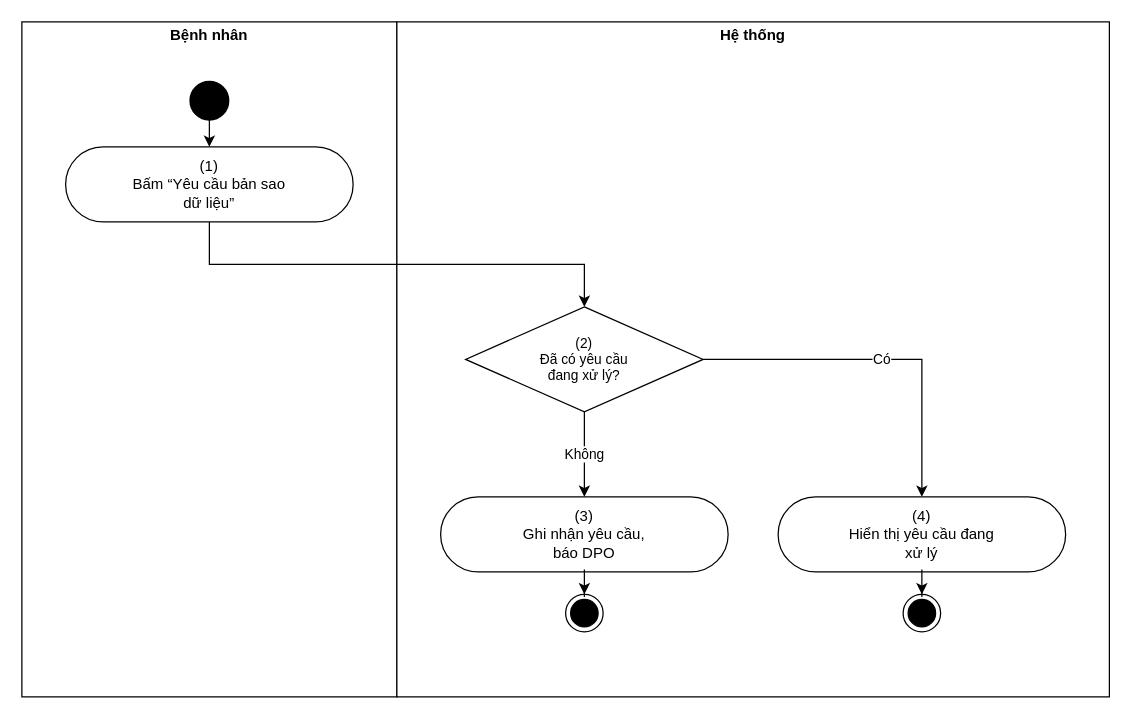
The draw.io diagram page "UC 40 Request a personal data export" (3 of 12) of docs/02-requirements/srs/dist/diagrams/10-activity-privacy-admin.drawio in viethung12062005/smart-hospital-platform, before the edit. Source tidied: cells renumbered, new cells numbered last; positions are measured from the earlier drawing's top-left corner, leaving out a move shared by most shapes. Both pictures are drawn from the tidied source at 125%, with x=0, y=0 at pixel (21, 21).
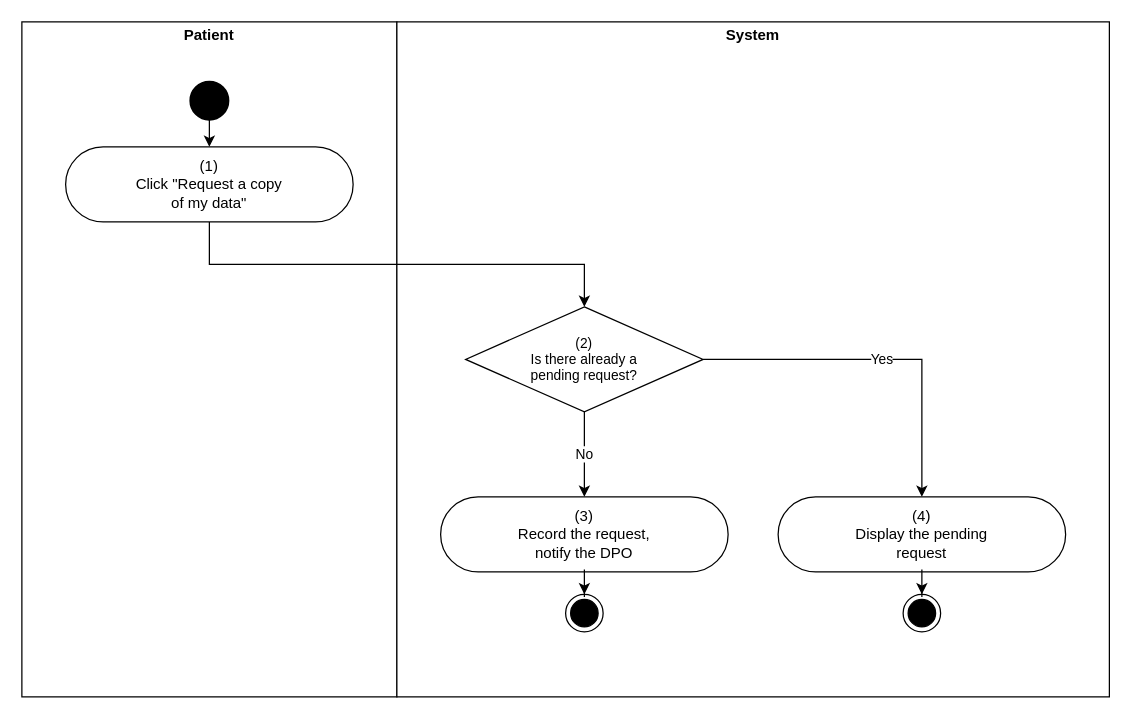
The same page after the edit.

What changed in the source:
```diff
@@
 <mxGraphModel>
   <root>
     <mxCell id="0" />
     <mxCell id="1" parent="0" />
-    <mxCell id="2" value="&lt;p style=&quot;margin:0px;margin-top:4px;text-align:center&quot;&gt;&lt;b&gt;Bệnh nhân&lt;/b&gt;&lt;/p&gt;" style="verticalAlign=top;align=left;overflow=fill;fontSize=12;fontFamily=Helvetica;html=1;rounded=0;shadow=0;strokeColor=#000000;gradientColor=none;whiteSpace=wrap;" parent="1" vertex="1">
+    <mxCell id="2" value="&lt;p style=&quot;margin:0px;margin-top:4px;text-align:center&quot;&gt;&lt;b&gt;Patient&lt;/b&gt;&lt;/p&gt;" style="verticalAlign=top;align=left;overflow=fill;fontSize=12;fontFamily=Helvetica;html=1;rounded=0;shadow=0;strokeColor=#000000;gradientColor=none;whiteSpace=wrap;" parent="1" vertex="1">
       <mxGeometry width="300" height="540" as="geometry" />
     </mxCell>
-    <mxCell id="3" value="&lt;p style=&quot;margin:0px;margin-top:4px;text-align:center&quot;&gt;&lt;b&gt;Hệ thống&lt;/b&gt;&lt;/p&gt;" style="verticalAlign=top;align=left;overflow=fill;fontSize=12;fontFamily=Helvetica;html=1;rounded=0;shadow=0;strokeColor=#000000;gradientColor=none;whiteSpace=wrap;" parent="1" vertex="1">
+    <mxCell id="3" value="&lt;p style=&quot;margin:0px;margin-top:4px;text-align:center&quot;&gt;&lt;b&gt;System&lt;/b&gt;&lt;/p&gt;" style="verticalAlign=top;align=left;overflow=fill;fontSize=12;fontFamily=Helvetica;html=1;rounded=0;shadow=0;strokeColor=#000000;gradientColor=none;whiteSpace=wrap;" parent="1" vertex="1">
       <mxGeometry x="300" width="570" height="540" as="geometry" />
     </mxCell>
-    <mxCell id="4" value="(1)&lt;br&gt;Bấm “Yêu cầu bản sao&lt;br&gt;dữ liệu”" style="html=1;dashed=0;whitespace=wrap;shape=mxgraph.dfd.start;rounded=0;shadow=0;strokeColor=#000000;gradientColor=none;whiteSpace=wrap;fontSize=12;" parent="1" vertex="1">
+    <mxCell id="4" value="(1)&lt;br&gt;Click &amp;quot;Request a copy&lt;br&gt;of my data&amp;quot;" style="html=1;dashed=0;whitespace=wrap;shape=mxgraph.dfd.start;rounded=0;shadow=0;strokeColor=#000000;gradientColor=none;whiteSpace=wrap;fontSize=12;" parent="1" vertex="1">
       <mxGeometry x="35" y="100" width="230" height="60" as="geometry" />
     </mxCell>
-    <mxCell id="5" value="(2)&lt;br&gt;Đã có yêu cầu&lt;br&gt;đang xử lý?" style="rhombus;html=1;whiteSpace=wrap;strokeColor=#000000;fontSize=11;" parent="1" vertex="1">
+    <mxCell id="5" value="(2)&lt;br&gt;Is there already a&lt;br&gt;pending request?" style="rhombus;html=1;whiteSpace=wrap;strokeColor=#000000;fontSize=11;" parent="1" vertex="1">
       <mxGeometry x="355" y="228" width="190" height="84" as="geometry" />
     </mxCell>
-    <mxCell id="6" value="(3)&lt;br&gt;Ghi nhận yêu cầu,&lt;br&gt;báo DPO" style="html=1;dashed=0;whitespace=wrap;shape=mxgraph.dfd.start;rounded=0;shadow=0;strokeColor=#000000;gradientColor=none;whiteSpace=wrap;fontSize=12;" parent="1" vertex="1">
+    <mxCell id="6" value="(3)&lt;br&gt;Record the request,&lt;br&gt;notify the DPO" style="html=1;dashed=0;whitespace=wrap;shape=mxgraph.dfd.start;rounded=0;shadow=0;strokeColor=#000000;gradientColor=none;whiteSpace=wrap;fontSize=12;" parent="1" vertex="1">
       <mxGeometry x="335" y="380" width="230" height="60" as="geometry" />
     </mxCell>
-    <mxCell id="7" value="(4)&lt;br&gt;Hiển thị yêu cầu đang&lt;br&gt;xử lý" style="html=1;dashed=0;whitespace=wrap;shape=mxgraph.dfd.start;rounded=0;shadow=0;strokeColor=#000000;gradientColor=none;whiteSpace=wrap;fontSize=12;" parent="1" vertex="1">
+    <mxCell id="7" value="(4)&lt;br&gt;Display the pending&lt;br&gt;request" style="html=1;dashed=0;whitespace=wrap;shape=mxgraph.dfd.start;rounded=0;shadow=0;strokeColor=#000000;gradientColor=none;whiteSpace=wrap;fontSize=12;" parent="1" vertex="1">
       <mxGeometry x="605" y="380" width="230" height="60" as="geometry" />
     </mxCell>
     <mxCell id="8" style="strokeWidth=2;html=1;shape=mxgraph.flowchart.start_2;whiteSpace=wrap;rounded=0;shadow=0;gradientColor=none;fillColor=#000000;" parent="1" vertex="1">
       <mxGeometry x="135" y="48" width="30" height="30" as="geometry" />
     </mxCell>
     <mxCell id="9" style="edgeStyle=orthogonalEdgeStyle;rounded=0;jettySize=auto;html=1;" parent="1" edge="1" source="8" target="4">
       <mxGeometry relative="1" as="geometry" />
     </mxCell>
     <mxCell id="10" style="edgeStyle=orthogonalEdgeStyle;rounded=0;jettySize=auto;html=1;exitX=0.5;exitY=1;exitDx=0;exitDy=0;entryX=0.5;entryY=0;entryDx=0;entryDy=0;" parent="1" edge="1" source="4" target="5">
       <mxGeometry relative="1" as="geometry" />
     </mxCell>
-    <mxCell id="11" value="Không" style="edgeStyle=orthogonalEdgeStyle;rounded=0;jettySize=auto;html=1;exitX=0.5;exitY=1;exitDx=0;exitDy=0;entryX=0.5;entryY=0;entryDx=0;entryDy=0;" parent="1" edge="1" source="5" target="6">
+    <mxCell id="11" value="No" style="edgeStyle=orthogonalEdgeStyle;rounded=0;jettySize=auto;html=1;exitX=0.5;exitY=1;exitDx=0;exitDy=0;entryX=0.5;entryY=0;entryDx=0;entryDy=0;" parent="1" edge="1" source="5" target="6">
       <mxGeometry relative="1" as="geometry" />
     </mxCell>
-    <mxCell id="12" value="Có" style="edgeStyle=orthogonalEdgeStyle;rounded=0;jettySize=auto;html=1;exitX=1;exitY=0.5;exitDx=0;exitDy=0;entryX=0.5;entryY=0;entryDx=0;entryDy=0;" parent="1" edge="1" source="5" target="7">
+    <mxCell id="12" value="Yes" style="edgeStyle=orthogonalEdgeStyle;rounded=0;jettySize=auto;html=1;exitX=1;exitY=0.5;exitDx=0;exitDy=0;entryX=0.5;entryY=0;entryDx=0;entryDy=0;" parent="1" edge="1" source="5" target="7">
       <mxGeometry relative="1" as="geometry" />
     </mxCell>
     <mxCell id="13" style="ellipse;html=1;shape=endState;fillColor=#000000;rounded=0;shadow=0;whiteSpace=wrap;" parent="1" vertex="1">
       <mxGeometry x="435" y="458" width="30" height="30" as="geometry" />
     </mxCell>
     <mxCell id="14" style="edgeStyle=orthogonalEdgeStyle;rounded=0;jettySize=auto;html=1;" parent="1" edge="1" source="6" target="13">
       <mxGeometry relative="1" as="geometry" />
     </mxCell>
     <mxCell id="15" style="ellipse;html=1;shape=endState;fillColor=#000000;rounded=0;shadow=0;whiteSpace=wrap;" parent="1" vertex="1">
       <mxGeometry x="705" y="458" width="30" height="30" as="geometry" />
     </mxCell>
     <mxCell id="16" style="edgeStyle=orthogonalEdgeStyle;rounded=0;jettySize=auto;html=1;" parent="1" edge="1" source="7" target="15">
       <mxGeometry relative="1" as="geometry" />
     </mxCell>
   </root>
 </mxGraphModel>
```
